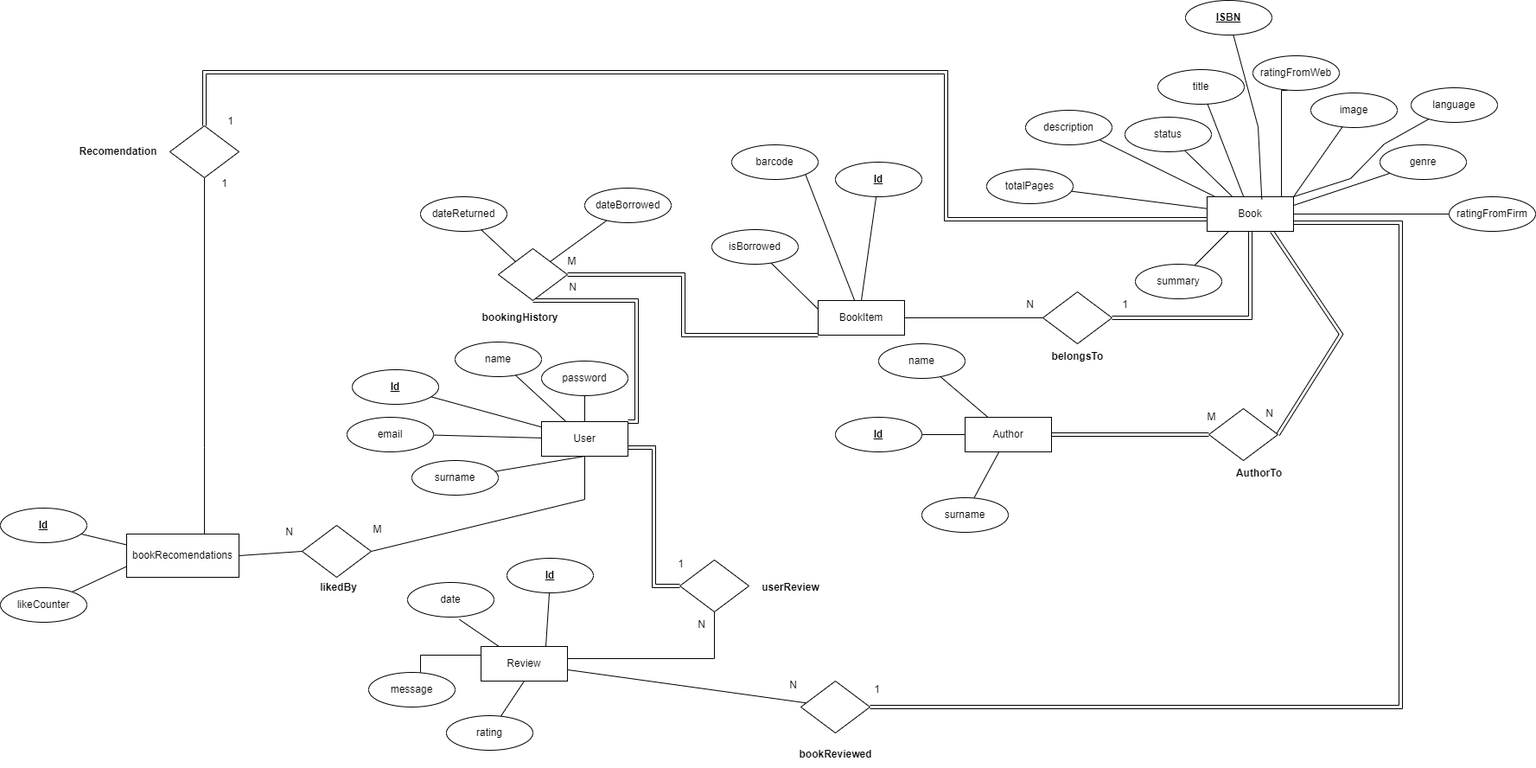
Earlier version of the draw.io export BookLibrary.drawio.png (angelajovanovskaa/book_library). Source tidied: cells renumbered, new cells last; positions are measured from the earlier drawing's top-left corner, leaving out a move shared by most shapes.
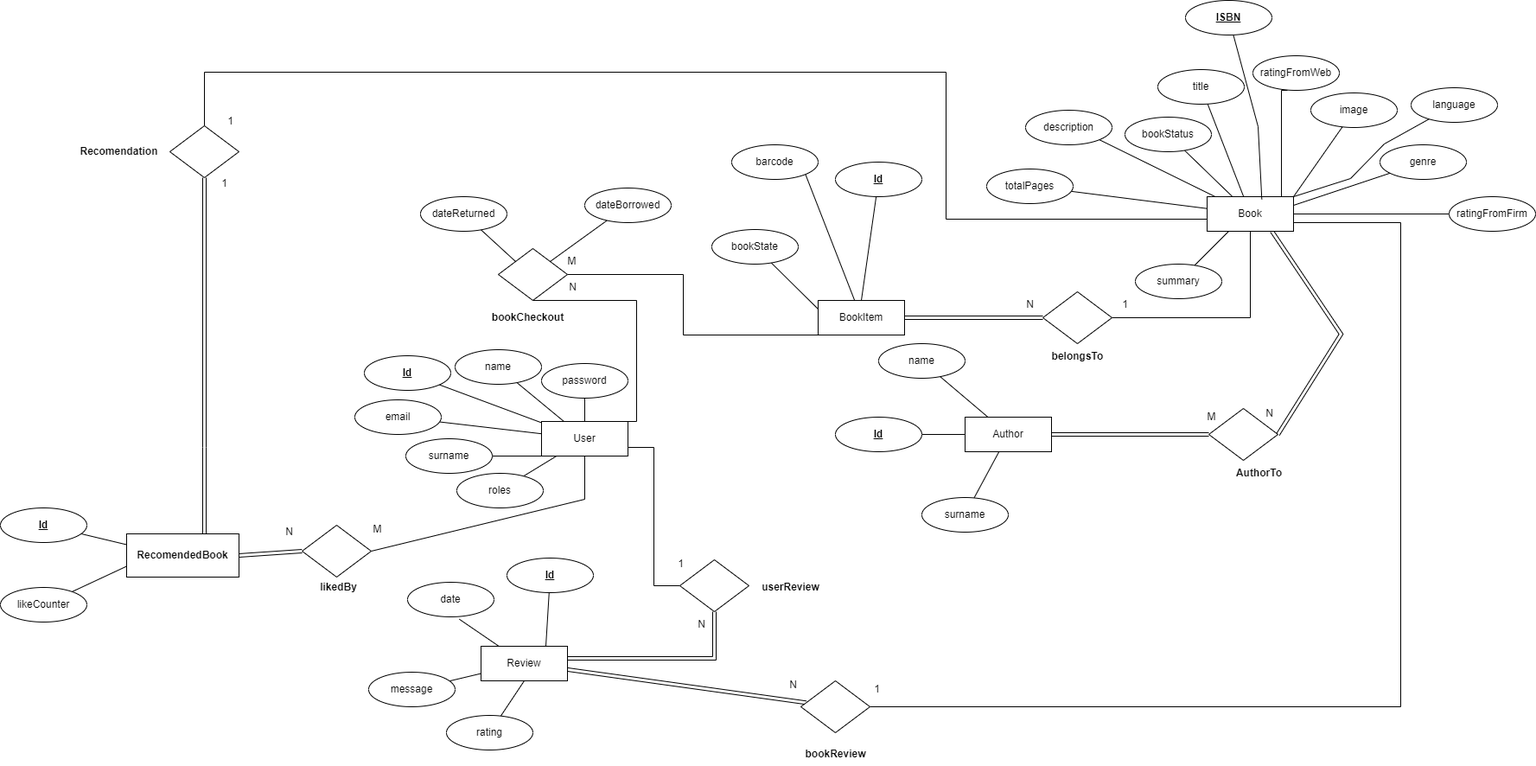
After the change.

Diff of the diagram source:
```diff
@@ -2,7 +2,7 @@
   <root>
     <mxCell id="0" />
     <mxCell id="1" parent="0" />
-    <mxCell id="2" style="edgeStyle=orthogonalEdgeStyle;rounded=0;jettySize=auto;html=1;endArrow=none;endFill=0;shape=link;" parent="1" edge="1" source="5" target="65">
+    <mxCell id="2" style="edgeStyle=orthogonalEdgeStyle;rounded=0;jettySize=auto;html=1;endArrow=none;endFill=0;" parent="1" edge="1" source="5" target="65">
       <mxGeometry relative="1" as="geometry">
         <Array as="points">
           <mxPoint x="790" y="387" />
@@ -13,7 +13,7 @@
     <mxCell id="3" style="rounded=0;jettySize=auto;html=1;entryX=1;entryY=1;entryDx=0;entryDy=0;endArrow=none;endFill=0;" parent="1" edge="1" source="5" target="93">
       <mxGeometry relative="1" as="geometry" />
     </mxCell>
-    <mxCell id="4" style="edgeStyle=orthogonalEdgeStyle;rounded=0;jettySize=auto;html=1;entryX=0;entryY=0.5;entryDx=0;entryDy=0;endArrow=none;endFill=0;" parent="1" edge="1" source="5" target="95">
+    <mxCell id="4" style="edgeStyle=orthogonalEdgeStyle;rounded=0;jettySize=auto;html=1;entryX=0;entryY=0.5;entryDx=0;entryDy=0;endArrow=none;endFill=0;shape=link;" parent="1" edge="1" source="5" target="95">
       <mxGeometry relative="1" as="geometry" />
     </mxCell>
     <mxCell id="5" value="BookItem" style="whiteSpace=wrap;html=1;align=center;" parent="1" vertex="1">
@@ -93,7 +93,7 @@
     <mxCell id="28" style="shape=rhombus;perimeter=rhombusPerimeter;whiteSpace=wrap;html=1;align=center;" parent="1" vertex="1">
       <mxGeometry x="1398" y="472" width="80" height="60" as="geometry" />
     </mxCell>
-    <mxCell id="29" style="edgeStyle=orthogonalEdgeStyle;rounded=0;jettySize=auto;html=1;entryX=0.5;entryY=1;entryDx=0;entryDy=0;endArrow=none;endFill=0;shape=link;" parent="1" edge="1" source="31" target="65">
+    <mxCell id="29" style="edgeStyle=orthogonalEdgeStyle;rounded=0;jettySize=auto;html=1;entryX=0.5;entryY=1;entryDx=0;entryDy=0;endArrow=none;endFill=0;" parent="1" edge="1" source="31" target="65">
       <mxGeometry relative="1" as="geometry">
         <Array as="points">
           <mxPoint x="736" y="487" />
@@ -115,25 +115,25 @@
       <mxGeometry relative="1" as="geometry" />
     </mxCell>
     <mxCell id="33" value="name" style="ellipse;whiteSpace=wrap;html=1;align=center;" parent="1" vertex="1">
-      <mxGeometry x="526" y="395" width="100" height="40" as="geometry" />
+      <mxGeometry x="526" y="404" width="100" height="40" as="geometry" />
     </mxCell>
     <mxCell id="34" style="rounded=0;jettySize=auto;html=1;entryX=0.5;entryY=1;entryDx=0;entryDy=0;endArrow=none;endFill=0;" parent="1" edge="1" source="35" target="31">
       <mxGeometry relative="1" as="geometry" />
     </mxCell>
     <mxCell id="35" value="surname" style="ellipse;whiteSpace=wrap;html=1;align=center;" parent="1" vertex="1">
-      <mxGeometry x="476" y="532" width="100" height="40" as="geometry" />
+      <mxGeometry x="469" y="507" width="100" height="40" as="geometry" />
     </mxCell>
     <mxCell id="36" style="rounded=0;jettySize=auto;html=1;endArrow=none;endFill=0;" parent="1" edge="1" source="37" target="31">
       <mxGeometry relative="1" as="geometry" />
     </mxCell>
     <mxCell id="37" value="email" style="ellipse;whiteSpace=wrap;html=1;align=center;" parent="1" vertex="1">
-      <mxGeometry x="401" y="482" width="100" height="40" as="geometry" />
+      <mxGeometry x="410" y="462" width="100" height="40" as="geometry" />
     </mxCell>
     <mxCell id="38" style="edgeStyle=orthogonalEdgeStyle;rounded=0;jettySize=auto;html=1;endArrow=none;endFill=0;" parent="1" edge="1" source="39" target="31">
       <mxGeometry relative="1" as="geometry" />
     </mxCell>
     <mxCell id="39" value="password" style="ellipse;whiteSpace=wrap;html=1;align=center;" parent="1" vertex="1">
-      <mxGeometry x="626" y="417" width="100" height="40" as="geometry" />
+      <mxGeometry x="626" y="420" width="100" height="40" as="geometry" />
     </mxCell>
     <mxCell id="40" style="rounded=0;jettySize=auto;html=1;entryX=1;entryY=0;entryDx=0;entryDy=0;endArrow=none;endFill=0;" parent="1" edge="1" source="41" target="65">
       <mxGeometry relative="1" as="geometry" />
@@ -150,14 +150,14 @@
     <mxCell id="44" style="rounded=0;jettySize=auto;html=1;entryX=0.599;entryY=1.068;entryDx=0;entryDy=0;endArrow=none;endFill=0;entryPerimeter=0;" parent="1" edge="1" source="47" target="52">
       <mxGeometry relative="1" as="geometry" />
     </mxCell>
-    <mxCell id="45" style="edgeStyle=orthogonalEdgeStyle;rounded=0;jettySize=auto;html=1;entryX=0.5;entryY=1;entryDx=0;entryDy=0;endArrow=none;endFill=0;" parent="1" edge="1" source="47" target="54">
+    <mxCell id="45" style="edgeStyle=orthogonalEdgeStyle;rounded=0;jettySize=auto;html=1;entryX=0.5;entryY=1;entryDx=0;entryDy=0;endArrow=none;endFill=0;shape=link;" parent="1" edge="1" source="47" target="54">
       <mxGeometry relative="1" as="geometry">
         <Array as="points">
           <mxPoint x="826" y="761" />
         </Array>
       </mxGeometry>
     </mxCell>
-    <mxCell id="46" style="rounded=0;jettySize=auto;html=1;endArrow=none;endFill=0;" parent="1" edge="1" source="47" target="73">
+    <mxCell id="46" style="rounded=0;jettySize=auto;html=1;endArrow=none;endFill=0;shape=link;" parent="1" edge="1" source="47" target="73">
       <mxGeometry relative="1" as="geometry" />
     </mxCell>
     <mxCell id="47" value="&lt;span style=&quot;text-wrap: nowrap;&quot;&gt;Review&lt;/span&gt;" style="whiteSpace=wrap;html=1;align=center;" parent="1" vertex="1">
@@ -169,12 +169,8 @@
     <mxCell id="49" value="rating" style="ellipse;whiteSpace=wrap;html=1;align=center;" parent="1" vertex="1">
       <mxGeometry x="516" y="827" width="100" height="40" as="geometry" />
     </mxCell>
-    <mxCell id="50" style="edgeStyle=orthogonalEdgeStyle;rounded=0;jettySize=auto;html=1;endArrow=none;endFill=0;" parent="1" edge="1" source="51" target="47">
-      <mxGeometry relative="1" as="geometry">
-        <Array as="points">
-          <mxPoint x="486" y="757" />
-        </Array>
-      </mxGeometry>
+    <mxCell id="50" style="rounded=0;jettySize=auto;html=1;endArrow=none;endFill=0;" parent="1" edge="1" source="51" target="47">
+      <mxGeometry relative="1" as="geometry" />
     </mxCell>
     <mxCell id="51" value="message" style="ellipse;whiteSpace=wrap;html=1;align=center;" parent="1" vertex="1">
       <mxGeometry x="426" y="777" width="100" height="40" as="geometry" />
@@ -182,7 +178,7 @@
     <mxCell id="52" value="date" style="ellipse;whiteSpace=wrap;html=1;align=center;" parent="1" vertex="1">
       <mxGeometry x="471" y="673" width="100" height="40" as="geometry" />
     </mxCell>
-    <mxCell id="53" style="edgeStyle=orthogonalEdgeStyle;rounded=0;jettySize=auto;html=1;entryX=1;entryY=0.75;entryDx=0;entryDy=0;endArrow=none;endFill=0;shape=link;" parent="1" edge="1" source="54" target="31">
+    <mxCell id="53" style="edgeStyle=orthogonalEdgeStyle;rounded=0;jettySize=auto;html=1;entryX=1;entryY=0.75;entryDx=0;entryDy=0;endArrow=none;endFill=0;" parent="1" edge="1" source="54" target="31">
       <mxGeometry relative="1" as="geometry">
         <Array as="points">
           <mxPoint x="756" y="677" />
@@ -221,7 +217,7 @@
       <mxGeometry relative="1" as="geometry" />
     </mxCell>
     <mxCell id="64" value="&lt;u&gt;&lt;b&gt;Id&lt;/b&gt;&lt;/u&gt;" style="ellipse;whiteSpace=wrap;html=1;align=center;" parent="1" vertex="1">
-      <mxGeometry x="407" y="427" width="100" height="40" as="geometry" />
+      <mxGeometry x="421" y="411" width="100" height="40" as="geometry" />
     </mxCell>
     <mxCell id="65" style="shape=rhombus;perimeter=rhombusPerimeter;whiteSpace=wrap;html=1;align=center;" parent="1" vertex="1">
       <mxGeometry x="576" y="287" width="80" height="60" as="geometry" />
@@ -232,13 +228,13 @@
     <mxCell id="67" value="M" style="text;html=1;align=center;verticalAlign=middle;strokeColor=none;fillColor=none;" parent="1" vertex="1">
       <mxGeometry x="647" y="289" width="28" height="26" as="geometry" />
     </mxCell>
-    <mxCell id="68" value="&lt;b&gt;bookingHistory&lt;/b&gt;" style="text;html=1;align=center;verticalAlign=middle;strokeColor=none;fillColor=none;" parent="1" vertex="1">
-      <mxGeometry x="546" y="352" width="110" height="30" as="geometry" />
+    <mxCell id="68" value="&lt;b&gt;bookCheckout&lt;/b&gt;" style="text;html=1;align=center;verticalAlign=middle;strokeColor=none;fillColor=none;" parent="1" vertex="1">
+      <mxGeometry x="559" y="354" width="101" height="26" as="geometry" />
     </mxCell>
-    <mxCell id="69" style="rounded=0;jettySize=auto;html=1;entryX=0;entryY=0.5;entryDx=0;entryDy=0;endArrow=none;endFill=0;exitX=1;exitY=0.5;exitDx=0;exitDy=0;" parent="1" edge="1" source="71" target="81">
+    <mxCell id="69" style="rounded=0;jettySize=auto;html=1;entryX=0;entryY=0.5;entryDx=0;entryDy=0;endArrow=none;endFill=0;exitX=1;exitY=0.5;exitDx=0;exitDy=0;shape=link;" parent="1" edge="1" source="71" target="81">
       <mxGeometry relative="1" as="geometry" />
     </mxCell>
-    <mxCell id="70" style="edgeStyle=orthogonalEdgeStyle;rounded=0;jettySize=auto;html=1;entryX=0.5;entryY=1;entryDx=0;entryDy=0;endArrow=none;endFill=0;" parent="1" edge="1" source="71" target="105">
+    <mxCell id="70" style="edgeStyle=orthogonalEdgeStyle;rounded=0;jettySize=auto;html=1;entryX=0.5;entryY=1;entryDx=0;entryDy=0;endArrow=none;endFill=0;shape=link;" parent="1" edge="1" source="71" target="105">
       <mxGeometry relative="1" as="geometry">
         <Array as="points">
           <mxPoint x="236" y="517" />
@@ -246,10 +242,10 @@
         </Array>
       </mxGeometry>
     </mxCell>
-    <mxCell id="71" value="bookRecomendations" style="whiteSpace=wrap;html=1;align=center;" parent="1" vertex="1">
+    <mxCell id="71" value="&lt;b style=&quot;text-wrap: nowrap;&quot;&gt;RecomendedBook&lt;/b&gt;" style="whiteSpace=wrap;html=1;align=center;" parent="1" vertex="1">
       <mxGeometry x="146" y="617" width="130" height="50" as="geometry" />
     </mxCell>
-    <mxCell id="72" style="edgeStyle=orthogonalEdgeStyle;rounded=0;jettySize=auto;html=1;entryX=0.75;entryY=1;entryDx=0;entryDy=0;shape=link;" parent="1" edge="1" source="73" target="87">
+    <mxCell id="72" style="edgeStyle=orthogonalEdgeStyle;rounded=0;jettySize=auto;html=1;entryX=0.75;entryY=1;entryDx=0;entryDy=0;" parent="1" edge="1" source="73" target="87">
       <mxGeometry relative="1" as="geometry">
         <Array as="points">
           <mxPoint x="1620" y="817" />
@@ -264,8 +260,8 @@
     <mxCell id="74" value="N" style="text;html=1;align=center;verticalAlign=middle;strokeColor=none;fillColor=none;" parent="1" vertex="1">
       <mxGeometry x="902" y="777" width="30" height="30" as="geometry" />
     </mxCell>
-    <mxCell id="75" value="&lt;b&gt;bookReviewed&lt;/b&gt;" style="text;html=1;align=center;verticalAlign=middle;strokeColor=none;fillColor=none;" parent="1" vertex="1">
-      <mxGeometry x="911" y="857" width="110" height="30" as="geometry" />
+    <mxCell id="75" value="&lt;b&gt;bookReview&lt;/b&gt;" style="text;html=1;align=center;verticalAlign=middle;strokeColor=none;fillColor=none;" parent="1" vertex="1">
+      <mxGeometry x="922" y="859" width="88" height="26" as="geometry" />
     </mxCell>
     <mxCell id="76" value="&lt;b&gt;userReview&lt;/b&gt;" style="text;html=1;align=center;verticalAlign=middle;strokeColor=none;fillColor=none;" parent="1" vertex="1">
       <mxGeometry x="869" y="664" width="90" height="30" as="geometry" />
@@ -327,13 +323,13 @@
     <mxCell id="91" style="rounded=0;jettySize=auto;html=1;entryX=0;entryY=0.25;entryDx=0;entryDy=0;endArrow=none;endFill=0;" parent="1" edge="1" source="92" target="5">
       <mxGeometry relative="1" as="geometry" />
     </mxCell>
-    <mxCell id="92" value="isBorrowed" style="ellipse;whiteSpace=wrap;html=1;align=center;" parent="1" vertex="1">
+    <mxCell id="92" value="bookState" style="ellipse;whiteSpace=wrap;html=1;align=center;" parent="1" vertex="1">
       <mxGeometry x="823" y="265" width="100" height="40" as="geometry" />
     </mxCell>
     <mxCell id="93" value="barcode" style="ellipse;whiteSpace=wrap;html=1;align=center;" parent="1" vertex="1">
       <mxGeometry x="846" y="167" width="100" height="40" as="geometry" />
     </mxCell>
-    <mxCell id="94" style="edgeStyle=orthogonalEdgeStyle;rounded=0;jettySize=auto;html=1;entryX=0.5;entryY=1;entryDx=0;entryDy=0;endArrow=none;endFill=0;shape=link;" parent="1" edge="1" source="95" target="87">
+    <mxCell id="94" style="edgeStyle=orthogonalEdgeStyle;rounded=0;jettySize=auto;html=1;entryX=0.5;entryY=1;entryDx=0;entryDy=0;endArrow=none;endFill=0;" parent="1" edge="1" source="95" target="87">
       <mxGeometry relative="1" as="geometry" />
     </mxCell>
     <mxCell id="95" style="shape=rhombus;perimeter=rhombusPerimeter;whiteSpace=wrap;html=1;align=center;" parent="1" vertex="1">
@@ -363,7 +359,7 @@
     <mxCell id="103" value="1" style="text;html=1;align=center;verticalAlign=middle;strokeColor=none;fillColor=none;" parent="1" vertex="1">
       <mxGeometry x="1001" y="784" width="25" height="26" as="geometry" />
     </mxCell>
-    <mxCell id="104" style="edgeStyle=orthogonalEdgeStyle;rounded=0;jettySize=auto;html=1;endArrow=none;endFill=0;shape=link;" parent="1" edge="1" source="105" target="87">
+    <mxCell id="104" style="edgeStyle=orthogonalEdgeStyle;rounded=0;jettySize=auto;html=1;endArrow=none;endFill=0;" parent="1" edge="1" source="105" target="87">
       <mxGeometry relative="1" as="geometry">
         <Array as="points">
           <mxPoint x="236" y="83" />
@@ -384,11 +380,17 @@
     <mxCell id="108" style="rounded=0;jettySize=auto;html=1;endArrow=none;endFill=0;" parent="1" edge="1" source="109" target="87">
       <mxGeometry relative="1" as="geometry" />
     </mxCell>
-    <mxCell id="109" value="status" style="ellipse;whiteSpace=wrap;html=1;align=center;" parent="1" vertex="1">
+    <mxCell id="109" value="bookStatus" style="ellipse;whiteSpace=wrap;html=1;align=center;" parent="1" vertex="1">
       <mxGeometry x="1301" y="135" width="100" height="40" as="geometry" />
     </mxCell>
     <mxCell id="110" value="&lt;b&gt;Recomendation&lt;/b&gt;" style="text;html=1;align=center;verticalAlign=middle;strokeColor=none;fillColor=none;" parent="1" vertex="1">
-      <mxGeometry x="82" y="162" width="108" height="26" as="geometry" />
+      <mxGeometry x="83" y="162" width="108" height="26" as="geometry" />
     </mxCell>
+    <mxCell id="111" style="rounded=0;jettySize=auto;html=1;endArrow=none;endFill=0;" parent="1" edge="1" source="112" target="31">
+      <mxGeometry relative="1" as="geometry" />
+    </mxCell>
+    <mxCell id="112" value="roles" style="ellipse;whiteSpace=wrap;html=1;align=center;" parent="1" vertex="1">
+      <mxGeometry x="528" y="547" width="100" height="40" as="geometry" />
+    </mxCell>
   </root>
 </mxGraphModel>
```
